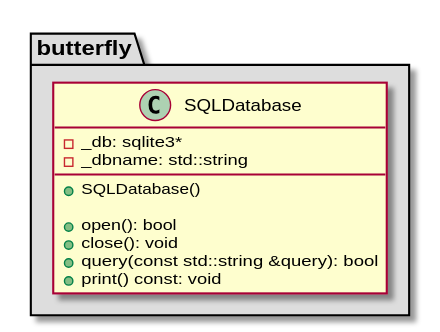
Above: architecture/class_diagrams/sqlDatabase.svg in bierschi/butterfly (PlantUML), before the change. The source it was exported from:
```plantuml
@startuml

package butterfly #DDDDDD
{

class SQLDatabase
{
    -_db: sqlite3*
    -_dbname: std::string

    +SQLDatabase()

    +open(): bool
    +close(): void
    +query(const std::string &query): bool
    +print() const: void
}

}
@enduml
```
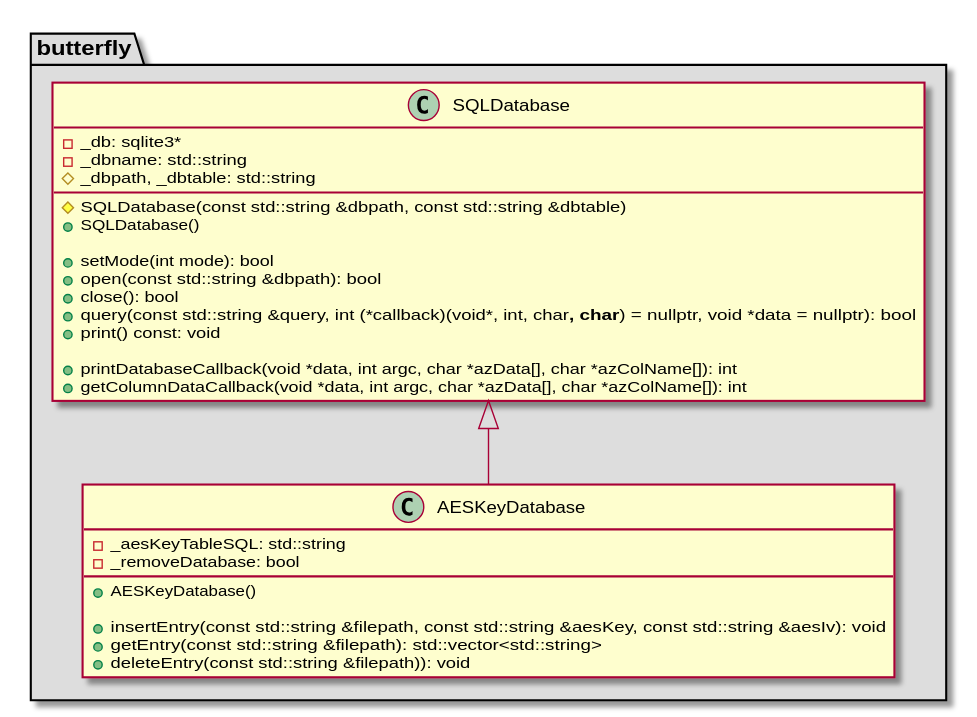
After the commit.

Change to the diagram source:
```diff
@@ -7,14 +7,34 @@
 {
     -_db: sqlite3*
     -_dbname: std::string
+    #_dbpath, _dbtable: std::string
 
+    #SQLDatabase(const std::string &dbpath, const std::string &dbtable)
     +SQLDatabase()
 
-    +open(): bool
-    +close(): void
-    +query(const std::string &query): bool
+    +setMode(int mode): bool
+    +open(const std::string &dbpath): bool
+    +close(): bool
+    +query(const std::string &query, int (*callback)(void*, int, char**, char**) = nullptr, void *data = nullptr): bool
     +print() const: void
+
+    +printDatabaseCallback(void *data, int argc, char *azData[], char *azColName[]): int
+    +getColumnDataCallback(void *data, int argc, char *azData[], char *azColName[]): int
 }
+
+class AESKeyDatabase
+{
+    -_aesKeyTableSQL: std::string
+    -_removeDatabase: bool
+
+    +AESKeyDatabase()
+
+    +insertEntry(const std::string &filepath, const std::string &aesKey, const std::string &aesIv): void
+    +getEntry(const std::string &filepath): std::vector<std::string>
+    +deleteEntry(const std::string &filepath)): void
+}
+
+SQLDatabase <|-- AESKeyDatabase
 
 }
 @enduml
```
